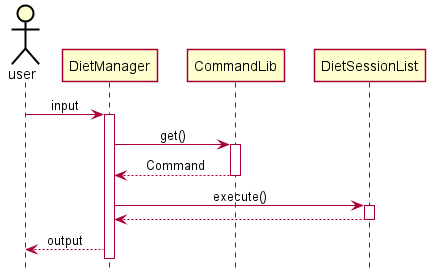
This is docs/pictures/Zeon/DietSessionList.png from zsk612/tp, a PlantUML export, as it was before one commit.
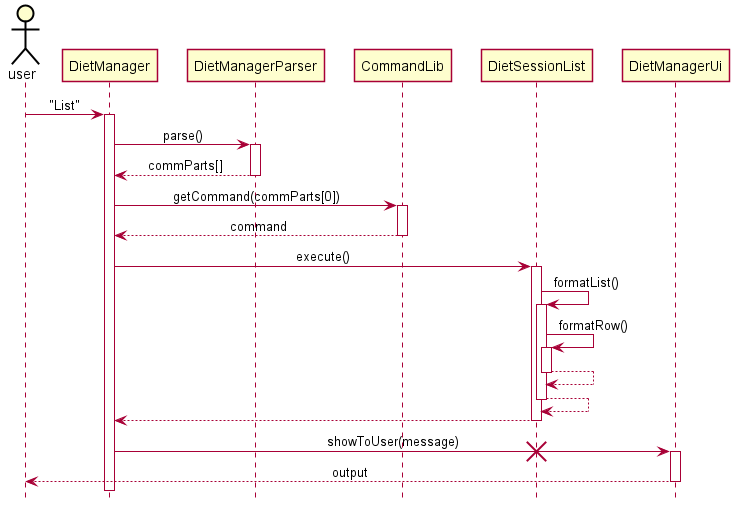
After the commit.

The edit, as a diff of the source:
```diff
@@ -42,19 +42,32 @@
 hide circle
 
 actor user
-user -> DietManager : input
+user -> DietManager : "List"
 activate DietManager
-
-DietManager -> CommandLib : get()
+DietManager -> DietManagerParser : parse()
+activate DietManagerParser
+DietManagerParser --> DietManager : commParts[]
+deactivate DietManagerParser
+DietManager -> CommandLib : getCommand(commParts[0])
 activate CommandLib
-CommandLib --> DietManager : Command
+CommandLib --> DietManager : command
 deactivate CommandLib
 
 DietManager -> DietSessionList : execute()
 activate DietSessionList
-
+    DietSessionList -> DietSessionList : formatList()
+    activate DietSessionList
+        DietSessionList -> DietSessionList : formatRow()
+        activate DietSessionList
+        DietSessionList --> DietSessionList
+        deactivate DietSessionList
+    DietSessionList --> DietSessionList
+    deactivate DietSessionList
 DietSessionList --> DietManager
 deactivate DietSessionList
-
-DietManager --> user : output
+DietManager -> DietManagerUi : showToUser(message)
+destroy DietSessionList
+activate DietManagerUi
+DietManagerUi --> user : output
+deactivate DietManagerUi
 @enduml
```
